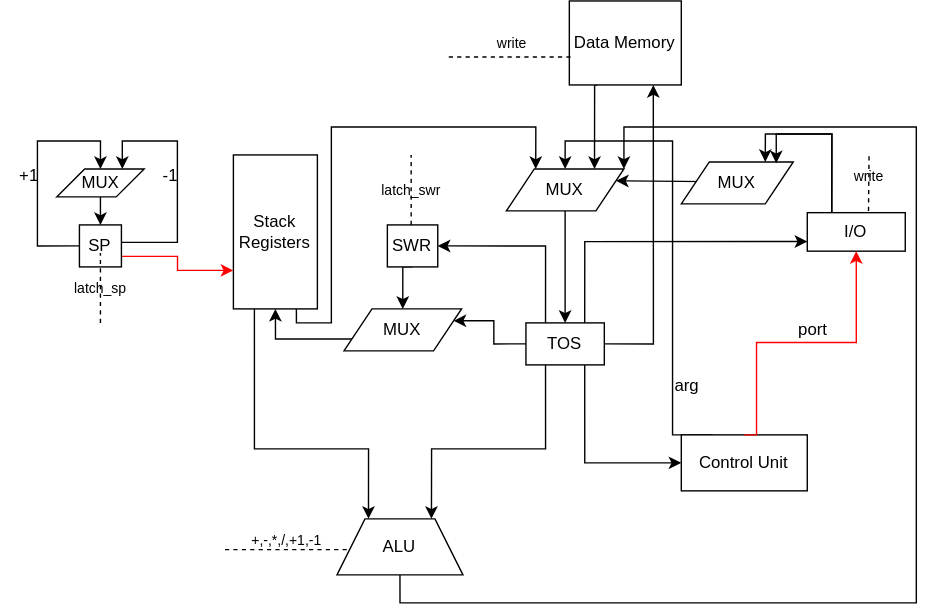
The draw.io diagram schemes/DataPath.svg in stanislav-shchetinin/MyAsm, before a commit. Source tidied: cells renumbered, new cells last; positions are measured from the earlier drawing's top-left corner, leaving out a move shared by most shapes.
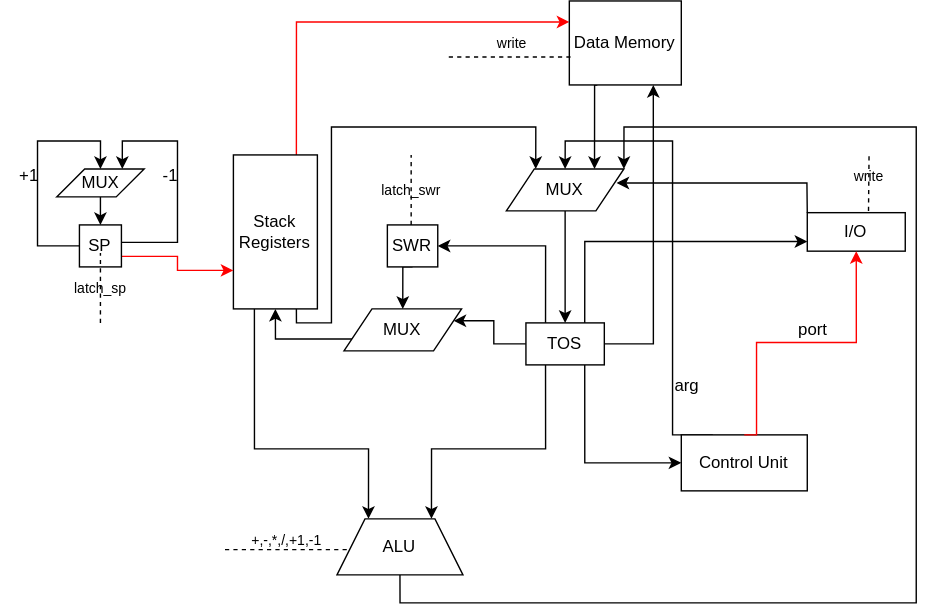
The same diagram one commit later.

Diff of the diagram source:
```diff
@@ -20,6 +20,9 @@
         </Array>
       </mxGeometry>
     </mxCell>
+    <mxCell id="50" style="edgeStyle=orthogonalEdgeStyle;rounded=0;jettySize=auto;html=1;exitX=0.75;exitY=0;exitDx=0;exitDy=0;entryX=0;entryY=0.25;entryDx=0;entryDy=0;fillColor=#FF0000;strokeColor=#FF0000;" parent="1" edge="1" source="4" target="35">
+      <mxGeometry relative="1" as="geometry" />
+    </mxCell>
     <mxCell id="4" value="Stack&lt;div&gt;Registers&lt;/div&gt;" style="rounded=0;whiteSpace=wrap;html=1;" parent="1" vertex="1">
       <mxGeometry x="166.2" y="110" width="60" height="110" as="geometry" />
     </mxCell>
@@ -154,9 +157,6 @@
     <mxCell id="35" value="Data Memory" style="rounded=0;whiteSpace=wrap;html=1;" parent="1" vertex="1">
       <mxGeometry x="406.2" width="80" height="60" as="geometry" />
     </mxCell>
-    <mxCell id="36" style="edgeStyle=orthogonalEdgeStyle;rounded=0;jettySize=auto;html=1;exitX=0.25;exitY=0;exitDx=0;exitDy=0;entryX=0.75;entryY=0;entryDx=0;entryDy=0;" parent="1" edge="1" source="37" target="47">
-      <mxGeometry relative="1" as="geometry" />
-    </mxCell>
     <mxCell id="37" value="I/O" style="rounded=0;whiteSpace=wrap;html=1;" parent="1" vertex="1">
       <mxGeometry x="576.2" y="151.2" width="70" height="27.5" as="geometry" />
     </mxCell>
@@ -201,22 +201,17 @@
     <mxCell id="45" value="&lt;span style=&quot;font-size: 10px;&quot;&gt;write&lt;/span&gt;" style="text;html=1;align=center;verticalAlign=middle;points=[];strokeColor=none;fillColor=none;" parent="1" vertex="1">
       <mxGeometry x="600" y="110" width="40" height="30" as="geometry" />
     </mxCell>
-    <mxCell id="46" style="edgeStyle=orthogonalEdgeStyle;rounded=0;jettySize=auto;html=1;exitX=0;exitY=0.5;exitDx=0;exitDy=0;entryX=1;entryY=0.25;entryDx=0;entryDy=0;" parent="1" edge="1" source="47" target="13">
-      <mxGeometry relative="1" as="geometry">
-        <Array as="points">
-          <mxPoint x="506" y="129" />
-          <mxPoint x="471" y="129" />
-        </Array>
-      </mxGeometry>
-    </mxCell>
-    <mxCell id="47" value="MUX" style="shape=parallelogram;perimeter=parallelogramPerimeter;whiteSpace=wrap;html=1;fixedSize=1;" parent="1" vertex="1">
-      <mxGeometry x="486.2" y="115" width="80" height="30" as="geometry" />
-    </mxCell>
-    <mxCell id="48" style="edgeStyle=orthogonalEdgeStyle;rounded=0;jettySize=auto;html=1;exitX=0.25;exitY=0;exitDx=0;exitDy=0;entryX=0.848;entryY=0.032;entryDx=0;entryDy=0;entryPerimeter=0;" parent="1" edge="1" source="37" target="47">
-      <mxGeometry relative="1" as="geometry" />
-    </mxCell>
     <mxCell id="49" value="arg" style="text;html=1;align=center;verticalAlign=middle;strokeColor=none;fillColor=none;rotation=0;" parent="1" vertex="1">
       <mxGeometry x="470" y="260" width="40" height="30" as="geometry" />
     </mxCell>
+    <mxCell id="51" style="endArrow=classic;html=1;rounded=0;exitX=0;exitY=0;exitDx=0;exitDy=0;" parent="1" edge="1" source="37">
+      <mxGeometry relative="1" as="geometry">
+        <mxPoint x="440" y="130" as="targetPoint" />
+        <Array as="points">
+          <mxPoint x="576" y="130" />
+          <mxPoint x="510" y="130" />
+        </Array>
+      </mxGeometry>
+    </mxCell>
   </root>
 </mxGraphModel>
```
